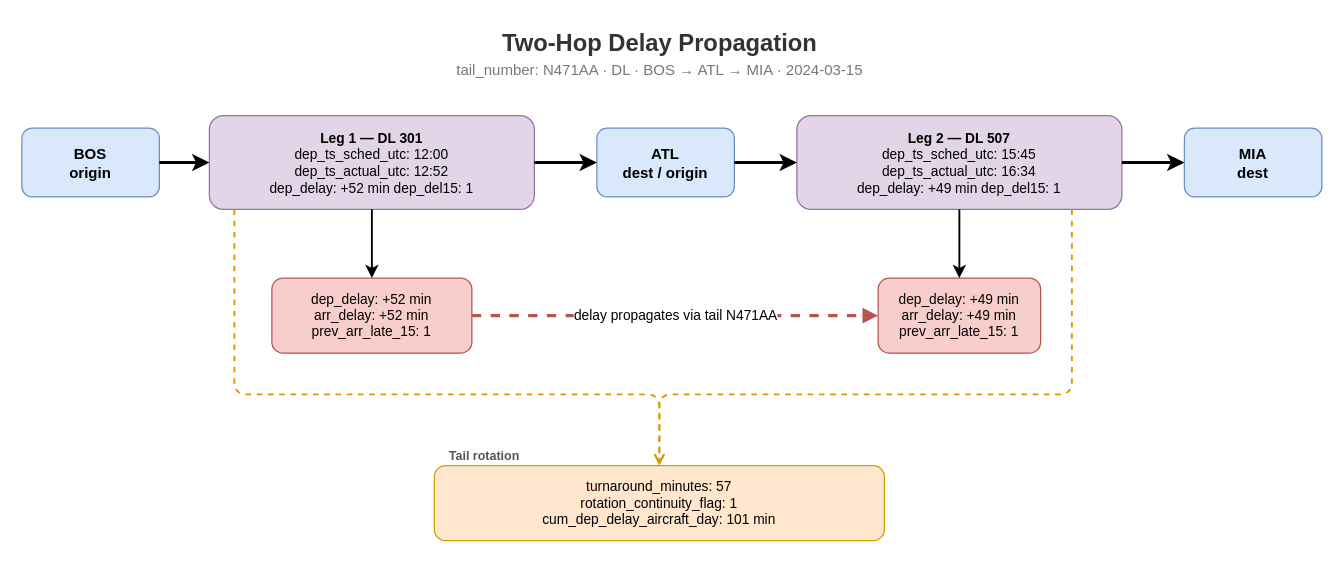
jonathanwilsonami/OR568_ML_Project keeps this draw.io diagram as docs/images/common_site/2-hop-prop.drawio. Above is the earlier version. Source tidied: cells renumbered, new cells numbered last; positions are measured from the earlier drawing's top-left corner, leaving out a move shared by most shapes. Both pictures are drawn from the tidied source at 125%, with x=0, y=0 at pixel (21, 21).
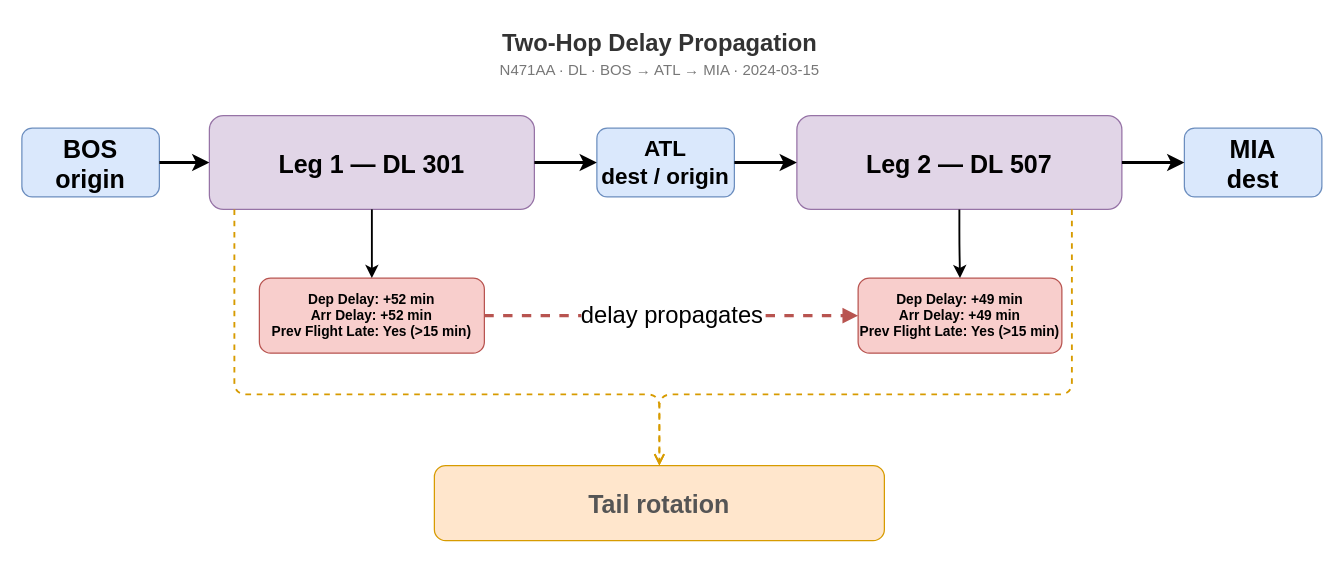
After the change.

The edit, as a diff of the source:
```diff
@@
-    <mxCell id="3" value="tail_number: N471AA  ·  DL  ·  BOS → ATL → MIA  ·  2024-03-15" style="text;html=1;align=center;fontStyle=0;fontSize=12;fontColor=#777777;strokeColor=none;fillColor=none;" parent="1" vertex="1">
+    <mxCell id="3" value="N471AA · DL · BOS → ATL → MIA · 2024-03-15" style="text;html=1;align=center;fontStyle=0;fontSize=12;fontColor=#777777;strokeColor=none;fillColor=none;" parent="1" vertex="1">
       <mxGeometry x="210" y="25" width="600" height="22" as="geometry" />
     </mxCell>
-    <mxCell id="4" value="&lt;b&gt;BOS&lt;/b&gt;&lt;br/&gt;origin" style="rounded=1;whiteSpace=wrap;html=1;fillColor=#dae8fc;strokeColor=#6c8ebf;fontSize=12;fontStyle=1;align=center;" parent="1" vertex="1">
+    <mxCell id="4" value="&lt;font style=&quot;font-size: 20px;&quot;&gt;&lt;b style=&quot;&quot;&gt;BOS&lt;/b&gt;&lt;br&gt;origin&lt;/font&gt;" style="rounded=1;whiteSpace=wrap;html=1;fillColor=#dae8fc;strokeColor=#6c8ebf;fontSize=12;fontStyle=1;align=center;" parent="1" vertex="1">
       <mxGeometry y="85" width="110" height="55" as="geometry" />
     </mxCell>
-    <mxCell id="5" value="&lt;b&gt;Leg 1 — DL 301&lt;/b&gt;&lt;br/&gt;dep_ts_sched_utc: 12:00&lt;br/&gt;dep_ts_actual_utc: 12:52&lt;br/&gt;dep_delay: +52 min  dep_del15: 1" style="rounded=1;whiteSpace=wrap;html=1;fillColor=#e1d5e7;strokeColor=#9673a6;fontSize=11;align=center;" parent="1" vertex="1">
+    <mxCell id="5" value="&lt;b&gt;&lt;font style=&quot;font-size: 20px;&quot;&gt;Leg 1 — DL 301&lt;/font&gt;&lt;/b&gt;" style="rounded=1;whiteSpace=wrap;html=1;fillColor=#e1d5e7;strokeColor=#9673a6;fontSize=11;align=center;" parent="1" vertex="1">
       <mxGeometry x="150" y="75" width="260" height="75" as="geometry" />
     </mxCell>
-    <mxCell id="6" value="&lt;b&gt;ATL&lt;/b&gt;&lt;br/&gt;dest / origin" style="rounded=1;whiteSpace=wrap;html=1;fillColor=#dae8fc;strokeColor=#6c8ebf;fontSize=12;fontStyle=1;align=center;" parent="1" vertex="1">
+    <mxCell id="6" value="&lt;font style=&quot;font-size: 18px;&quot;&gt;&lt;b style=&quot;&quot;&gt;ATL&lt;/b&gt;&lt;br&gt;dest / origin&lt;/font&gt;" style="rounded=1;whiteSpace=wrap;html=1;fillColor=#dae8fc;strokeColor=#6c8ebf;fontSize=12;fontStyle=1;align=center;" parent="1" vertex="1">
       <mxGeometry x="460" y="85" width="110" height="55" as="geometry" />
     </mxCell>
-    <mxCell id="7" value="&lt;b&gt;Leg 2 — DL 507&lt;/b&gt;&lt;br/&gt;dep_ts_sched_utc: 15:45&lt;br/&gt;dep_ts_actual_utc: 16:34&lt;br/&gt;dep_delay: +49 min  dep_del15: 1" style="rounded=1;whiteSpace=wrap;html=1;fillColor=#e1d5e7;strokeColor=#9673a6;fontSize=11;align=center;" parent="1" vertex="1">
+    <mxCell id="7" value="&lt;b&gt;&lt;font style=&quot;font-size: 20px;&quot;&gt;Leg 2 — DL 507&lt;/font&gt;&lt;/b&gt;" style="rounded=1;whiteSpace=wrap;html=1;fillColor=#e1d5e7;strokeColor=#9673a6;fontSize=11;align=center;" parent="1" vertex="1">
       <mxGeometry x="620" y="75" width="260" height="75" as="geometry" />
     </mxCell>
-    <mxCell id="8" value="&lt;b&gt;MIA&lt;/b&gt;&lt;br/&gt;dest" style="rounded=1;whiteSpace=wrap;html=1;fillColor=#dae8fc;strokeColor=#6c8ebf;fontSize=12;fontStyle=1;align=center;" parent="1" vertex="1">
+    <mxCell id="8" value="&lt;font style=&quot;font-size: 20px;&quot;&gt;&lt;b style=&quot;&quot;&gt;MIA&lt;/b&gt;&lt;br&gt;dest&lt;/font&gt;" style="rounded=1;whiteSpace=wrap;html=1;fillColor=#dae8fc;strokeColor=#6c8ebf;fontSize=12;fontStyle=1;align=center;" parent="1" vertex="1">
       <mxGeometry x="930" y="85" width="110" height="55" as="geometry" />
     </mxCell>
-    <mxCell id="9" value="dep_delay: +52 min&lt;br/&gt;arr_delay: +52 min&lt;br/&gt;prev_arr_late_15: 1" style="rounded=1;whiteSpace=wrap;html=1;fillColor=#f8cecc;strokeColor=#b85450;fontSize=11;align=center;" parent="1" vertex="1">
-      <mxGeometry x="200" y="205" width="160" height="60" as="geometry" />
+    <mxCell id="9" value="&lt;div&gt;&lt;b&gt;Dep Delay: +52 min&lt;/b&gt;&lt;/div&gt;&lt;div&gt;&lt;b&gt;Arr Delay: +52 min&lt;/b&gt;&lt;/div&gt;&lt;div&gt;&lt;b&gt;Prev Flight Late: Yes (&amp;gt;15 min)&lt;/b&gt;&lt;/div&gt;" style="rounded=1;whiteSpace=wrap;html=1;fillColor=#f8cecc;strokeColor=#b85450;fontSize=11;align=center;" parent="1" vertex="1">
+      <mxGeometry x="190" y="205" width="180" height="60" as="geometry" />
     </mxCell>
-    <mxCell id="10" value="dep_delay: +49 min&lt;br/&gt;arr_delay: +49 min&lt;br/&gt;prev_arr_late_15: 1" style="rounded=1;whiteSpace=wrap;html=1;fillColor=#f8cecc;strokeColor=#b85450;fontSize=11;align=center;" parent="1" vertex="1">
-      <mxGeometry x="685" y="205" width="130" height="60" as="geometry" />
+    <mxCell id="10" value="&lt;div&gt;&lt;b&gt;Dep Delay: +49 min&lt;/b&gt;&lt;/div&gt;&lt;div&gt;&lt;b&gt;Arr Delay: +49 min&lt;/b&gt;&lt;/div&gt;&lt;div&gt;&lt;b&gt;Prev Flight Late: Yes (&amp;gt;15 min)&lt;/b&gt;&lt;/div&gt;" style="rounded=1;whiteSpace=wrap;html=1;fillColor=#f8cecc;strokeColor=#b85450;fontSize=11;align=center;" parent="1" vertex="1">
+      <mxGeometry x="669" y="205" width="163" height="60" as="geometry" />
     </mxCell>
-    <mxCell id="11" value="turnaround_minutes: 57&lt;br/&gt;rotation_continuity_flag: 1&lt;br/&gt;cum_dep_delay_aircraft_day: 101 min" style="rounded=1;whiteSpace=wrap;html=1;fillColor=#ffe6cc;strokeColor=#d79b00;fontSize=11;align=center;" parent="1" vertex="1">
+    <mxCell id="11" value="&lt;span style=&quot;color: rgb(85, 85, 85); font-weight: 700; text-align: left; white-space: nowrap;&quot;&gt;&lt;font style=&quot;font-size: 20px;&quot;&gt;Tail rotation&lt;/font&gt;&lt;/span&gt;" style="rounded=1;whiteSpace=wrap;html=1;fillColor=#ffe6cc;strokeColor=#d79b00;fontSize=11;align=center;" parent="1" vertex="1">
       <mxGeometry x="330" y="355" width="360" height="60" as="geometry" />
     </mxCell>
-    <mxCell id="12" value="Tail rotation" style="text;html=1;align=left;fontStyle=1;fontSize=10;fontColor=#555555;strokeColor=none;fillColor=none;" parent="1" vertex="1">
-      <mxGeometry x="340" y="335" width="70" height="18" as="geometry" />
-    </mxCell>
@@
-    <mxCell id="19" value="delay propagates via tail N471AA" style="edgeStyle=orthogonalEdgeStyle;html=1;dashed=1;strokeColor=#b85450;strokeWidth=2.5;endArrow=block;endFill=1;exitX=1;exitY=0.5;exitDx=0;exitDy=0;entryX=0;entryY=0.5;entryDx=0;entryDy=0;" parent="1" edge="1" source="9" target="10">
+    <mxCell id="19" value="&lt;font style=&quot;font-size: 19px;&quot;&gt;delay propagates&lt;/font&gt;" style="edgeStyle=orthogonalEdgeStyle;html=1;dashed=1;strokeColor=#b85450;strokeWidth=2.5;endArrow=block;endFill=1;exitX=1;exitY=0.5;exitDx=0;exitDy=0;entryX=0;entryY=0.5;entryDx=0;entryDy=0;" parent="1" edge="1" source="9" target="10">
       <mxGeometry relative="1" as="geometry" />
     </mxCell>
```
